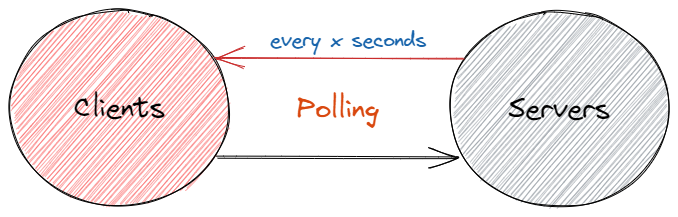
Before: assets/blog_images/2023-05-11-polling-and-streaming/polling-z-kolorem.png, a diagram exported from Excalidraw (d3ska/d3ska.github.io). Source tidied: one line per element, renumbered; positions are measured from the earlier drawing's top-left corner, leaving out a move shared by most shapes. Source of this version:
```json
{"id": 0, "type": "ellipse", "strokeColor": "#000000", "backgroundColor": "#fa5252", "fillStyle": "hachure", "strokeWidth": 1, "roughness": 1, "round": true, "x": 0, "y": 0, "width": 219, "height": 196}
{"id": 1, "type": "text", "text": "Clients", "strokeColor": "#000000", "backgroundColor": "#fa5252", "fillStyle": "hachure", "strokeWidth": 1, "roughness": 1, "fontSize": 28, "fontFamily": 1, "textAlign": "center", "verticalAlign": "middle", "inside": 0, "x": 64, "y": 81, "width": 91, "height": 35}
{"id": 2, "type": "ellipse", "strokeColor": "#000000", "backgroundColor": "#868e96", "fillStyle": "hachure", "strokeWidth": 1, "roughness": 1, "round": true, "x": 440, "y": 1, "width": 219, "height": 196}
{"id": 3, "type": "text", "text": "Servers", "strokeColor": "#000000", "backgroundColor": "#fa5252", "fillStyle": "hachure", "strokeWidth": 1, "roughness": 1, "fontSize": 28, "fontFamily": 1, "textAlign": "center", "verticalAlign": "middle", "inside": 2, "x": 498, "y": 82, "width": 102, "height": 35}
{"id": 4, "type": "arrow", "strokeColor": "#c92a2a", "backgroundColor": "#15aabf", "fillStyle": "hachure", "strokeWidth": 1, "roughness": 1, "endArrowhead": "arrow", "round": true, "from": 2, "to": 0, "x": 454, "y": 49, "width": 249, "height": 0, "points": [[0, 0], [-249, 0]]}
{"id": 5, "type": "arrow", "strokeColor": "#000000", "backgroundColor": "#15aabf", "fillStyle": "hachure", "strokeWidth": 1, "roughness": 1, "endArrowhead": "arrow", "round": true, "from": 0, "to": 2, "x": 207, "y": 147, "width": 242, "height": 0, "points": [[0, 0], [242, 0]]}
{"id": 6, "type": "text", "text": "every x seconds", "strokeColor": "#1864ab", "backgroundColor": "#15aabf", "fillStyle": "hachure", "strokeWidth": 1, "roughness": 1, "fontSize": 20, "fontFamily": 1, "x": 260, "y": 18, "width": 156, "height": 25}
{"id": 7, "type": "text", "text": "Polling", "strokeColor": "#d9480f", "backgroundColor": "#15aabf", "fillStyle": "hachure", "strokeWidth": 1, "roughness": 1, "fontSize": 28, "fontFamily": 1, "x": 287, "y": 82, "width": 82, "height": 35}
```
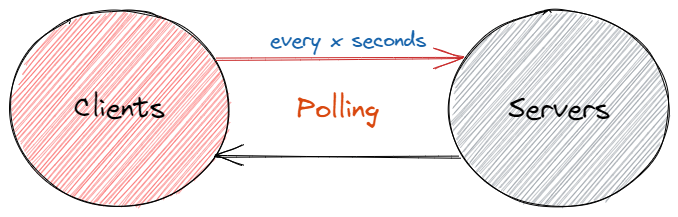
After the commit.

Commit message:
create article about polling and streaming

What changed in the source:
```diff
@@ -1,8 +1,8 @@
-{"id": 0, "type": "ellipse", "strokeColor": "#000000", "backgroundColor": "#fa5252", "fillStyle": "hachure", "strokeWidth": 1, "roughness": 1, "round": true, "x": 0, "y": 0, "width": 219, "height": 196}
+{"id": 8, "type": "ellipse", "strokeColor": "#000000", "backgroundColor": "#fa5252", "fillStyle": "hachure", "strokeWidth": 1, "roughness": 1, "round": true, "x": 0, "y": 0, "width": 219, "height": 196}
-{"id": 1, "type": "text", "text": "Clients", "strokeColor": "#000000", "backgroundColor": "#fa5252", "fillStyle": "hachure", "strokeWidth": 1, "roughness": 1, "fontSize": 28, "fontFamily": 1, "textAlign": "center", "verticalAlign": "middle", "inside": 0, "x": 64, "y": 81, "width": 91, "height": 35}
+{"id": 1, "type": "text", "text": "Clients", "strokeColor": "#000000", "backgroundColor": "#fa5252", "fillStyle": "hachure", "strokeWidth": 1, "roughness": 1, "fontSize": 28, "fontFamily": 1, "textAlign": "center", "verticalAlign": "middle", "inside": 8, "x": 64, "y": 81, "width": 91, "height": 35}
-{"id": 2, "type": "ellipse", "strokeColor": "#000000", "backgroundColor": "#868e96", "fillStyle": "hachure", "strokeWidth": 1, "roughness": 1, "round": true, "x": 440, "y": 1, "width": 219, "height": 196}
+{"id": 9, "type": "ellipse", "strokeColor": "#000000", "backgroundColor": "#868e96", "fillStyle": "hachure", "strokeWidth": 1, "roughness": 1, "round": true, "x": 440, "y": 1, "width": 219, "height": 196}
-{"id": 3, "type": "text", "text": "Servers", "strokeColor": "#000000", "backgroundColor": "#fa5252", "fillStyle": "hachure", "strokeWidth": 1, "roughness": 1, "fontSize": 28, "fontFamily": 1, "textAlign": "center", "verticalAlign": "middle", "inside": 2, "x": 498, "y": 82, "width": 102, "height": 35}
+{"id": 3, "type": "text", "text": "Servers", "strokeColor": "#000000", "backgroundColor": "#fa5252", "fillStyle": "hachure", "strokeWidth": 1, "roughness": 1, "fontSize": 28, "fontFamily": 1, "textAlign": "center", "verticalAlign": "middle", "inside": 9, "x": 498, "y": 82, "width": 102, "height": 35}
-{"id": 4, "type": "arrow", "strokeColor": "#c92a2a", "backgroundColor": "#15aabf", "fillStyle": "hachure", "strokeWidth": 1, "roughness": 1, "endArrowhead": "arrow", "round": true, "from": 2, "to": 0, "x": 454, "y": 49, "width": 249, "height": 0, "points": [[0, 0], [-249, 0]]}
-{"id": 5, "type": "arrow", "strokeColor": "#000000", "backgroundColor": "#15aabf", "fillStyle": "hachure", "strokeWidth": 1, "roughness": 1, "endArrowhead": "arrow", "round": true, "from": 0, "to": 2, "x": 207, "y": 147, "width": 242, "height": 0, "points": [[0, 0], [242, 0]]}
+{"id": 10, "type": "arrow", "strokeColor": "#c92a2a", "backgroundColor": "#15aabf", "fillStyle": "hachure", "strokeWidth": 1, "roughness": 1, "endArrowhead": "arrow", "round": true, "from": 9, "to": 8, "x": 205, "y": 49, "width": 249, "height": 0, "points": [[0, 0], [249, 0]]}
+{"id": 11, "type": "arrow", "strokeColor": "#000000", "backgroundColor": "#15aabf", "fillStyle": "hachure", "strokeWidth": 1, "roughness": 1, "endArrowhead": "arrow", "round": true, "from": 8, "to": 9, "x": 449, "y": 147, "width": 242, "height": 0, "points": [[0, 0], [-242, 0]]}
 {"id": 6, "type": "text", "text": "every x seconds", "strokeColor": "#1864ab", "backgroundColor": "#15aabf", "fillStyle": "hachure", "strokeWidth": 1, "roughness": 1, "fontSize": 20, "fontFamily": 1, "x": 260, "y": 18, "width": 156, "height": 25}
 {"id": 7, "type": "text", "text": "Polling", "strokeColor": "#d9480f", "backgroundColor": "#15aabf", "fillStyle": "hachure", "strokeWidth": 1, "roughness": 1, "fontSize": 28, "fontFamily": 1, "x": 287, "y": 82, "width": 82, "height": 35}
```
